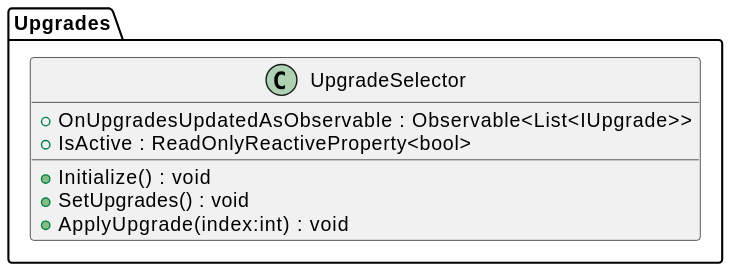
Earlier version of the PlantUML export plantuml/out/Upgrade/UpgradeSelector.svg (asterisk-cn/RougueShooter).
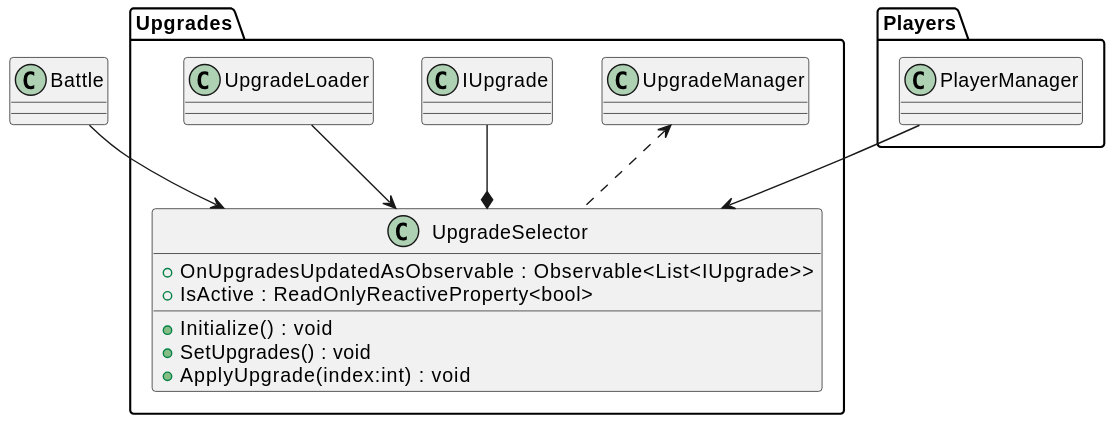
After the change.

What changed in the source:
```diff
@@ -8,4 +8,9 @@
     + ApplyUpgrade(index:int) : void
 }
 }
+Upgrades.UpgradeLoader --> UpgradeSelector
+Battle --> UpgradeSelector
+Players.PlayerManager --> UpgradeSelector
+Upgrades.IUpgrade --* UpgradeSelector
+Upgrades.UpgradeManager <.. UpgradeSelector
 @enduml
```
